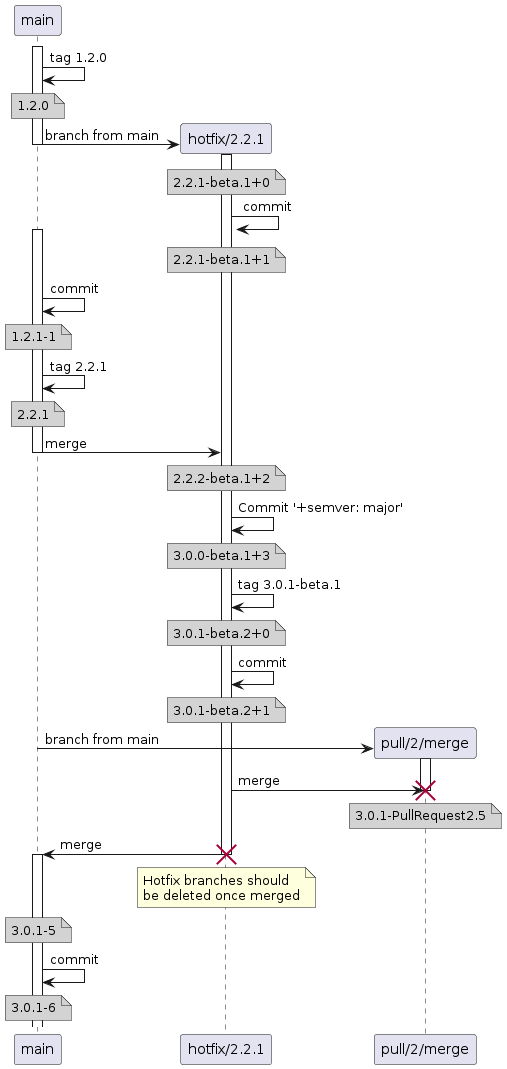
Before: docs/input/docs/img/DocumentationSamplesForGitFlow_VersionedHotfixBranch.png, a diagram exported from PlantUML (GitTools/GitVersion). The source it was exported from:
```plantuml
@startuml
activate main
main -> main: tag 1.2.0
note over main #D3D3D3
  1.2.0
end note
create participant "hotfix/2.2.1" as hotfix
main -> hotfix: branch from main
activate hotfix
deactivate main
note over hotfix #D3D3D3
  2.2.1-beta.1+0
end note
hotfix -> hotfix: commit
note over hotfix #D3D3D3
  2.2.1-beta.1+1
end note
activate main
main -> main: commit
note over main #D3D3D3
  1.2.1-1
end note
main -> main: tag 2.2.1
note over main #D3D3D3
  2.2.1
end note
main -> hotfix: merge
deactivate main
note over hotfix #D3D3D3
  2.2.2-beta.1+2
end note
hotfix -> hotfix: Commit '+semver: major'
note over hotfix #D3D3D3
  3.0.0-beta.1+3
end note
hotfix -> hotfix: tag 3.0.1-beta.1
note over hotfix #D3D3D3
  3.0.1-beta.2+0
end note
hotfix -> hotfix: commit
note over hotfix #D3D3D3
  3.0.1-beta.2+1
end note
create participant "pull/2/merge" as pull
main -> pull: branch from main
activate pull
hotfix -> pull: merge
note over pull #D3D3D3
  3.0.1-PullRequest2.5
end note
destroy pull
hotfix -> main: merge
destroy hotfix
note over hotfix
  Hotfix branches should
  be deleted once merged
end note
note over main #D3D3D3
  3.0.1-5
end note
activate main
main -> main: commit
note over main #D3D3D3
  3.0.1-6
end note
@enduml
```
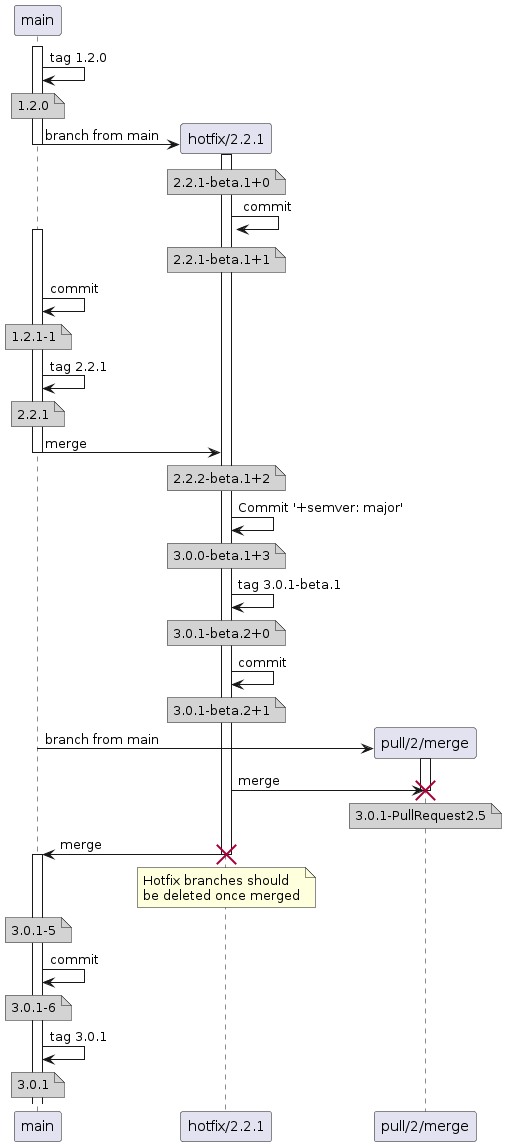
Above is the later version.

What changed in the source:
```diff
@@ -1,66 +1,70 @@
 @startuml
 activate main
-main -> main: tag 1.2.0
-note over main #D3D3D3
-  1.2.0
-end note
-create participant "hotfix/2.2.1" as hotfix
-main -> hotfix: branch from main
-activate hotfix
-deactivate main
-note over hotfix #D3D3D3
-  2.2.1-beta.1+0
-end note
-hotfix -> hotfix: commit
-note over hotfix #D3D3D3
-  2.2.1-beta.1+1
-end note
-activate main
-main -> main: commit
-note over main #D3D3D3
-  1.2.1-1
-end note
-main -> main: tag 2.2.1
-note over main #D3D3D3
-  2.2.1
-end note
-main -> hotfix: merge
-deactivate main
-note over hotfix #D3D3D3
-  2.2.2-beta.1+2
-end note
-hotfix -> hotfix: Commit '+semver: major'
-note over hotfix #D3D3D3
-  3.0.0-beta.1+3
-end note
-hotfix -> hotfix: tag 3.0.1-beta.1
-note over hotfix #D3D3D3
-  3.0.1-beta.2+0
-end note
-hotfix -> hotfix: commit
-note over hotfix #D3D3D3
-  3.0.1-beta.2+1
-end note
-create participant "pull/2/merge" as pull
-main -> pull: branch from main
-activate pull
-hotfix -> pull: merge
-note over pull #D3D3D3
-  3.0.1-PullRequest2.5
-end note
-destroy pull
-hotfix -> main: merge
-destroy hotfix
-note over hotfix
-  Hotfix branches should
-  be deleted once merged
-end note
-note over main #D3D3D3
-  3.0.1-5
-end note
-activate main
-main -> main: commit
-note over main #D3D3D3
-  3.0.1-6
-end note
+    main -> main: tag 1.2.0
+    note over main #D3D3D3
+      1.2.0
+    end note
+    create participant "hotfix/2.2.1" as hotfix
+    main -> hotfix: branch from main
+    activate hotfix
+    deactivate main
+    note over hotfix #D3D3D3
+      2.2.1-beta.1+0
+    end note
+    hotfix -> hotfix: commit
+    note over hotfix #D3D3D3
+      2.2.1-beta.1+1
+    end note
+    activate main
+    main -> main: commit
+    note over main #D3D3D3
+      1.2.1-1
+    end note
+    main -> main: tag 2.2.1
+    note over main #D3D3D3
+      2.2.1
+    end note
+    main -> hotfix: merge
+    deactivate main
+    note over hotfix #D3D3D3
+      2.2.2-beta.1+2
+    end note
+    hotfix -> hotfix: Commit '+semver: major'
+    note over hotfix #D3D3D3
+      3.0.0-beta.1+3
+    end note
+    hotfix -> hotfix: tag 3.0.1-beta.1
+    note over hotfix #D3D3D3
+      3.0.1-beta.2+0
+    end note
+    hotfix -> hotfix: commit
+    note over hotfix #D3D3D3
+      3.0.1-beta.2+1
+    end note
+    create participant "pull/2/merge" as pull
+    main -> pull: branch from main
+    activate pull
+    hotfix -> pull: merge
+    note over pull #D3D3D3
+      3.0.1-PullRequest2.5
+    end note
+    destroy pull
+    hotfix -> main: merge
+    destroy hotfix
+    note over hotfix
+      Hotfix branches should
+      be deleted once merged
+    end note
+    note over main #D3D3D3
+      3.0.1-5
+    end note
+    activate main
+    main -> main: commit
+    note over main #D3D3D3
+      3.0.1-6
+    end note
+    main -> main: tag 3.0.1
+    note over main #D3D3D3
+      3.0.1
+    end note
 @enduml
```
